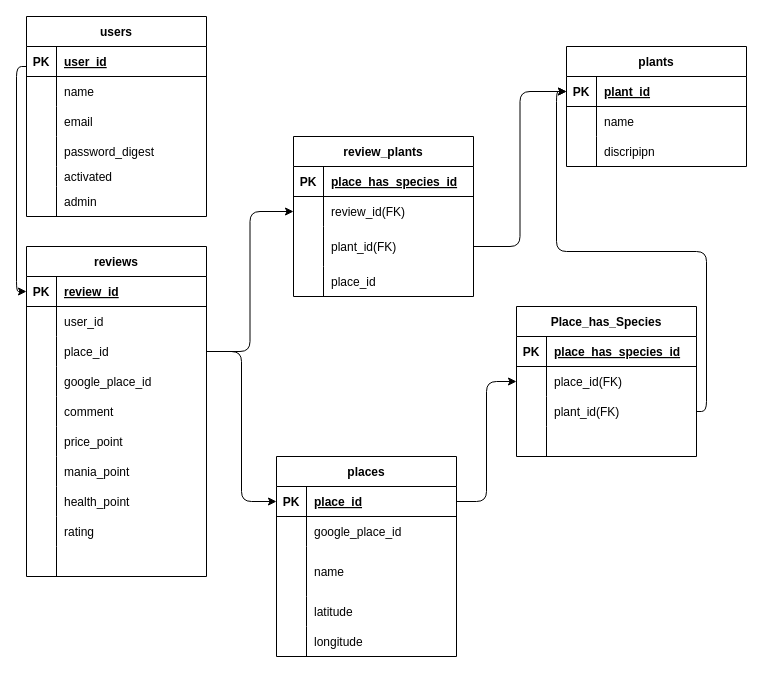
Above: table_ER.drawio in sousukegit/plants_demo_app_v2_root (draw.io), before the change. Source tidied: cells renumbered, new cells numbered last; positions are measured from the earlier drawing's top-left corner, leaving out a move shared by most shapes. Both pictures are drawn from the tidied source at 100%, with x=0, y=0 at pixel (26, 16).
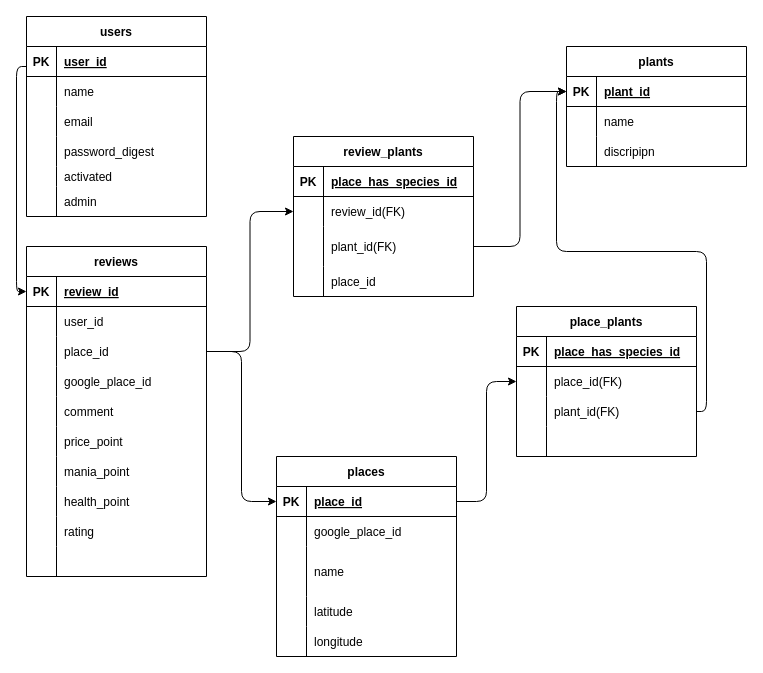
After the change.

Change to the diagram source:
```diff
@@
-    <mxCell id="78" value="Place_has_Species" style="shape=table;startSize=30;childLayout=tableLayout;rowLines=0;fontStyle=1;align=center;" parent="1" vertex="1">
+    <mxCell id="78" value="place_plants" style="shape=table;startSize=30;childLayout=tableLayout;rowLines=0;fontStyle=1;align=center;" parent="1" vertex="1">
       <mxGeometry x="490" y="290" width="180" height="150" as="geometry" />
     </mxCell>
```
